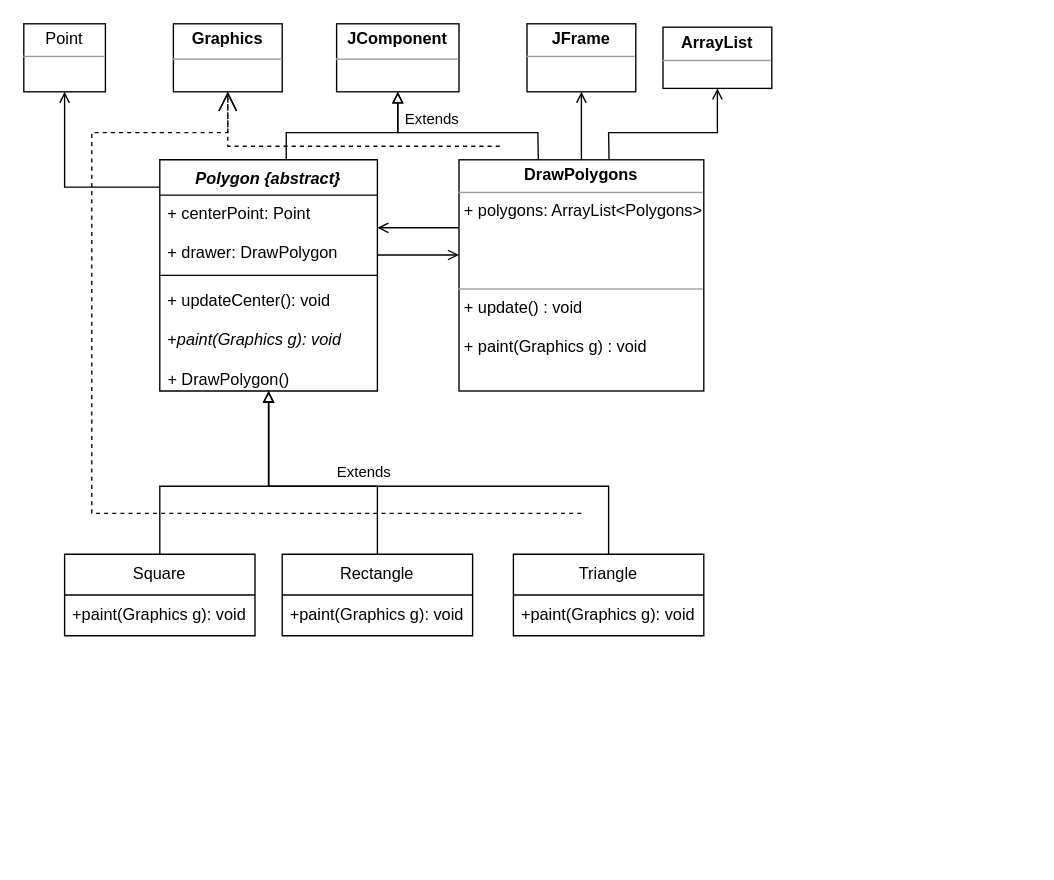
Earlier version of the draw.io diagram ClassDiagramDrawPolygons.drawio (Batroman/block41exercise). Source tidied: cells renumbered, new cells numbered last; positions are measured from the earlier drawing's top-left corner, leaving out a move shared by most shapes. Both pictures are drawn from the tidied source at 136%, with x=0, y=0 at pixel (23, 23).
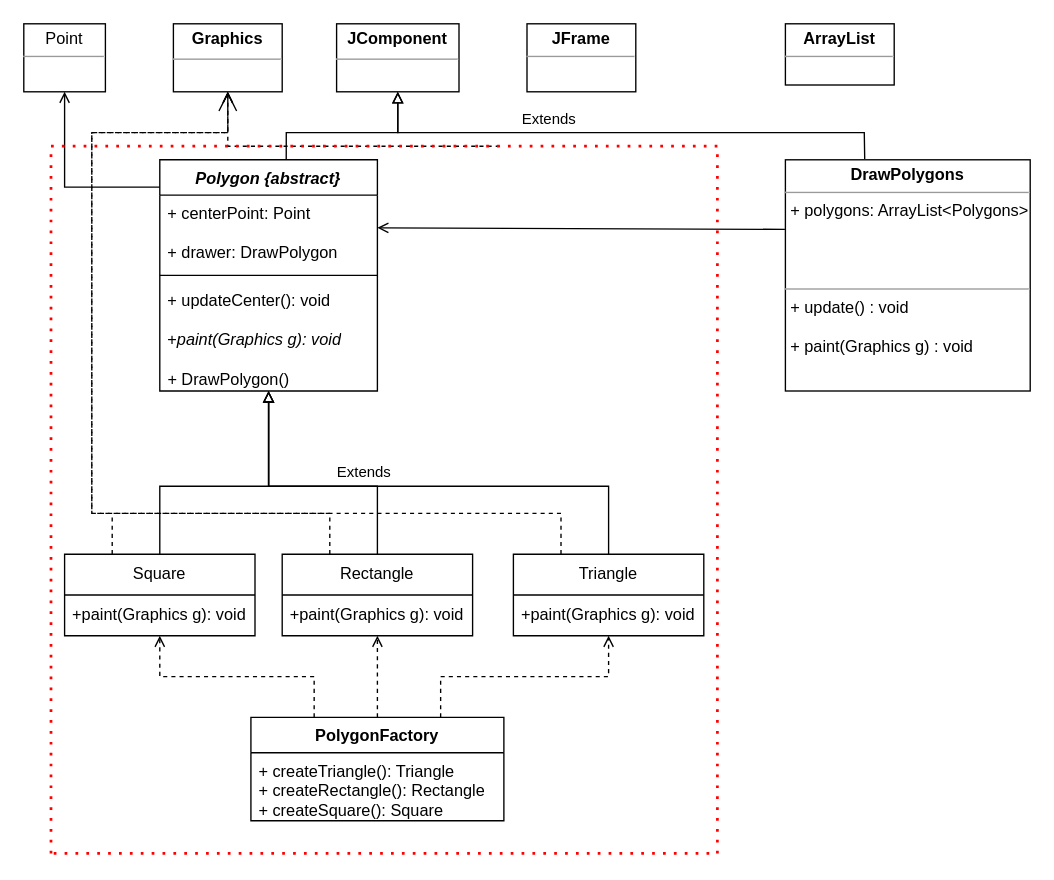
The same diagram, later.

Commit message:
Uppdaterad enligt övning 5.1

Unchanged cells that the change refers to:
```xml
<mxCell id="2" value="Square" style="swimlane;fontStyle=0;horizontal=1;startSize=30;whiteSpace=wrap;html=1;" parent="1" vertex="1">
  <mxGeometry x="30" y="390" width="140" height="60" as="geometry" />
</mxCell>
<mxCell id="4" value="Triangle" style="swimlane;fontStyle=0;horizontal=1;startSize=30;whiteSpace=wrap;html=1;" parent="1" vertex="1">
  <mxGeometry x="360" y="390" width="140" height="60" as="geometry" />
</mxCell>
<mxCell id="6" value="Rectangle&lt;br&gt;" style="swimlane;fontStyle=0;horizontal=1;startSize=30;whiteSpace=wrap;html=1;" parent="1" vertex="1">
  <mxGeometry x="190" y="390" width="140" height="60" as="geometry" />
</mxCell>
<mxCell id="16" value="&lt;p style=&quot;margin:0px;margin-top:4px;text-align:center;&quot;&gt;&lt;b&gt;Graphics&lt;/b&gt;&lt;/p&gt;&lt;div style=&quot;height:2px;&quot;&gt;&lt;/div&gt;&lt;hr size=&quot;1&quot;&gt;&lt;div style=&quot;height:2px;&quot;&gt;&lt;/div&gt;" style="verticalAlign=top;align=left;overflow=fill;fontSize=12;fontFamily=Helvetica;html=1;whiteSpace=wrap;" parent="1" vertex="1">
  <mxGeometry x="110" width="80" height="50" as="geometry" />
</mxCell>
<mxCell id="18" value="&lt;p style=&quot;margin:0px;margin-top:4px;text-align:center;&quot;&gt;&lt;b&gt;JComponent&lt;/b&gt;&lt;/p&gt;&lt;div style=&quot;height:2px;&quot;&gt;&lt;/div&gt;&lt;hr size=&quot;1&quot;&gt;&lt;div style=&quot;height:2px;&quot;&gt;&lt;/div&gt;" style="verticalAlign=top;align=left;overflow=fill;fontSize=12;fontFamily=Helvetica;html=1;whiteSpace=wrap;" parent="1" vertex="1">
  <mxGeometry x="230" width="90" height="50" as="geometry" />
</mxCell>
<mxCell id="19" value="&lt;p style=&quot;margin:0px;margin-top:4px;text-align:center;&quot;&gt;&lt;b&gt;JFrame&lt;/b&gt;&lt;/p&gt;&lt;hr size=&quot;1&quot;&gt;&lt;div style=&quot;height:2px;&quot;&gt;&lt;br&gt;&lt;/div&gt;" style="verticalAlign=top;align=left;overflow=fill;fontSize=12;fontFamily=Helvetica;html=1;whiteSpace=wrap;" parent="1" vertex="1">
  <mxGeometry x="370" width="80" height="50" as="geometry" />
</mxCell>
```

Change to the diagram source:
```diff
@@
+    <mxCell id="31" style="edgeStyle=orthogonalEdgeStyle;rounded=0;jettySize=auto;html=1;exitX=0.25;exitY=0;exitDx=0;exitDy=0;dashed=1;endArrow=none;endFill=0;" parent="1" edge="1" source="2">
+      <mxGeometry relative="1" as="geometry">
+        <mxPoint x="65" y="360" as="targetPoint" />
+      </mxGeometry>
+    </mxCell>
@@
+    <mxCell id="32" style="edgeStyle=orthogonalEdgeStyle;rounded=0;jettySize=auto;html=1;exitX=0.25;exitY=0;exitDx=0;exitDy=0;endArrow=open;endFill=0;dashed=1;" parent="1" edge="1" source="4" target="16">
+      <mxGeometry relative="1" as="geometry">
+        <Array as="points">
+          <mxPoint x="395" y="360" />
+          <mxPoint x="50" y="360" />
+          <mxPoint x="50" y="80" />
+          <mxPoint x="150" y="80" />
+        </Array>
+      </mxGeometry>
+    </mxCell>
@@
+    <mxCell id="33" style="edgeStyle=orthogonalEdgeStyle;rounded=0;orthogonalLoop=1;jettySize=auto;html=1;exitX=0.25;exitY=0;exitDx=0;exitDy=0;dashed=1;endArrow=open;endFill=0;" parent="1" edge="1">
+      <mxGeometry relative="1" as="geometry">
+        <mxPoint x="225" y="390" as="sourcePoint" />
+        <mxPoint x="150" y="50" as="targetPoint" />
+        <Array as="points">
+          <mxPoint x="225" y="360" />
+          <mxPoint x="50" y="360" />
+          <mxPoint x="50" y="80" />
+          <mxPoint x="150" y="80" />
+        </Array>
+      </mxGeometry>
+    </mxCell>
@@
     <mxCell id="12" value="&lt;p style=&quot;margin:0px;margin-top:4px;text-align:center;&quot;&gt;&lt;b&gt;DrawPolygons&lt;/b&gt;&lt;/p&gt;&lt;hr size=&quot;1&quot;&gt;&lt;p style=&quot;margin:0px;margin-left:4px;&quot;&gt;+ polygons: ArrayList&amp;lt;Polygons&amp;gt;&lt;/p&gt;&lt;p style=&quot;margin:0px;margin-left:4px;&quot;&gt;&lt;br&gt;&lt;/p&gt;&lt;p style=&quot;margin:0px;margin-left:4px;&quot;&gt;&lt;br&gt;&lt;/p&gt;&lt;p style=&quot;margin:0px;margin-left:4px;&quot;&gt;&lt;br&gt;&lt;/p&gt;&lt;hr size=&quot;1&quot;&gt;&lt;p style=&quot;margin:0px;margin-left:4px;&quot;&gt;+ update() : void&lt;/p&gt;&lt;p style=&quot;margin:0px;margin-left:4px;&quot;&gt;&lt;br&gt;&lt;/p&gt;&lt;p style=&quot;margin:0px;margin-left:4px;&quot;&gt;+ paint(Graphics g) : void&lt;/p&gt;" style="verticalAlign=top;align=left;overflow=fill;fontSize=12;fontFamily=Helvetica;html=1;whiteSpace=wrap;" parent="1" vertex="1">
-      <mxGeometry x="320" y="100" width="180" height="170" as="geometry" />
+      <mxGeometry x="560" y="100" width="180" height="170" as="geometry" />
     </mxCell>
@@
     <mxCell id="20" value="&lt;p style=&quot;margin:0px;margin-top:4px;text-align:center;&quot;&gt;&lt;b&gt;ArrayList&lt;/b&gt;&lt;/p&gt;&lt;hr size=&quot;1&quot;&gt;&lt;div style=&quot;height:2px;&quot;&gt;&lt;/div&gt;" style="verticalAlign=top;align=left;overflow=fill;fontSize=12;fontFamily=Helvetica;html=1;whiteSpace=wrap;" parent="1" vertex="1">
-      <mxGeometry x="470" y="2.5" width="80" height="45" as="geometry" />
+      <mxGeometry x="560" width="80" height="45" as="geometry" />
     </mxCell>
@@
     <mxCell id="22" value="Extends" style="endArrow=none;endFill=0;html=1;rounded=0;entryX=0.324;entryY=-0.003;entryDx=0;entryDy=0;entryPerimeter=0;startArrow=block;startFill=0;" parent="1" edge="1" source="18" target="12">
       <mxGeometry x="-0.28" y="10" relative="1" as="geometry">
         <Array as="points">
           <mxPoint x="275" y="80" />
-          <mxPoint x="378" y="80" />
+          <mxPoint x="618" y="80" />
         </Array>
       </mxGeometry>
     </mxCell>
-    <mxCell id="23" style="endArrow=open;endFill=0;html=1;rounded=0;" parent="1" edge="1" source="12" target="19">
-      <mxGeometry relative="1" as="geometry" />
-    </mxCell>
-    <mxCell id="24" style="endArrow=none;endFill=0;html=1;rounded=0;startArrow=open;startFill=0;" parent="1" edge="1">
+    <mxCell id="24" style="endArrow=none;endFill=0;html=1;rounded=0;startArrow=open;startFill=0;entryX=-0.002;entryY=0.301;entryDx=0;entryDy=0;entryPerimeter=0;" parent="1" edge="1" target="12">
       <mxGeometry relative="1" as="geometry">
         <mxPoint x="260" y="150" as="sourcePoint" />
-        <mxPoint x="320" y="150" as="targetPoint" />
       </mxGeometry>
     </mxCell>
-    <mxCell id="25" style="endArrow=open;endSize=12;dashed=1;html=1;rounded=0;" parent="1" edge="1" target="16">
-      <mxGeometry x="0.04" y="50" relative="1" as="geometry">
-        <mxPoint x="410" y="360" as="sourcePoint" />
-        <Array as="points">
-          <mxPoint x="50" y="360" />
-          <mxPoint x="50" y="80" />
-          <mxPoint x="150" y="80" />
-          <mxPoint x="150" y="70" />
-        </Array>
-      </mxGeometry>
-    </mxCell>
-    <mxCell id="26" style="endArrow=open;endFill=0;html=1;rounded=0;startArrow=none;startFill=0;" parent="1" edge="1">
-      <mxGeometry relative="1" as="geometry">
-        <mxPoint x="260" y="170" as="sourcePoint" />
-        <mxPoint x="320" y="170" as="targetPoint" />
-        <Array as="points">
-          <mxPoint x="290" y="170" />
-        </Array>
-      </mxGeometry>
-    </mxCell>
-    <mxCell id="27" style="endArrow=open;endFill=0;html=1;rounded=0;exitX=0.613;exitY=0.001;exitDx=0;exitDy=0;exitPerimeter=0;" parent="1" edge="1" source="12" target="20">
-      <mxGeometry relative="1" as="geometry">
-        <Array as="points">
-          <mxPoint x="430" y="80" />
-          <mxPoint x="510" y="80" />
-        </Array>
-      </mxGeometry>
-    </mxCell>
@@
+    <mxCell id="34" style="edgeStyle=orthogonalEdgeStyle;rounded=0;jettySize=auto;html=1;exitX=0.25;exitY=0;exitDx=0;exitDy=0;dashed=1;endArrow=open;endFill=0;" parent="1" edge="1" source="37" target="2">
+      <mxGeometry relative="1" as="geometry" />
+    </mxCell>
+    <mxCell id="35" style="rounded=0;jettySize=auto;html=1;exitX=0.5;exitY=0;exitDx=0;exitDy=0;dashed=1;endArrow=open;endFill=0;" parent="1" edge="1" source="37" target="6">
+      <mxGeometry relative="1" as="geometry" />
+    </mxCell>
+    <mxCell id="36" style="edgeStyle=orthogonalEdgeStyle;rounded=0;jettySize=auto;html=1;exitX=0.75;exitY=0;exitDx=0;exitDy=0;endArrow=open;endFill=0;dashed=1;" parent="1" edge="1" source="37" target="4">
+      <mxGeometry relative="1" as="geometry" />
+    </mxCell>
+    <mxCell id="37" value="PolygonFactory" style="swimlane;fontStyle=1;align=center;verticalAlign=top;horizontal=1;startSize=26;whiteSpace=wrap;html=1;" parent="1" vertex="1">
+      <mxGeometry x="167" y="510" width="186" height="76" as="geometry" />
+    </mxCell>
+    <mxCell id="38" value="+ createTriangle(): Triangle&lt;br&gt;+ createRectangle(): Rectangle&lt;br&gt;+ createSquare(): Square" style="text;strokeColor=none;fillColor=none;align=left;verticalAlign=top;spacingLeft=4;spacingRight=4;overflow=hidden;whiteSpace=wrap;html=1;" parent="37" vertex="1">
+      <mxGeometry y="26" width="186" height="50" as="geometry" />
+    </mxCell>
+    <mxCell id="39" style="endArrow=none;dashed=1;html=1;dashPattern=1 3;strokeWidth=2;rounded=0;strokeColor=#FF0000;" parent="1" edge="1">
+      <mxGeometry relative="1" as="geometry">
+        <mxPoint x="20" y="610" as="sourcePoint" />
+        <mxPoint x="20" y="610" as="targetPoint" />
+        <Array as="points">
+          <mxPoint x="20" y="90" />
+          <mxPoint x="510" y="90" />
+          <mxPoint x="510" y="610" />
+        </Array>
+      </mxGeometry>
+    </mxCell>
```
